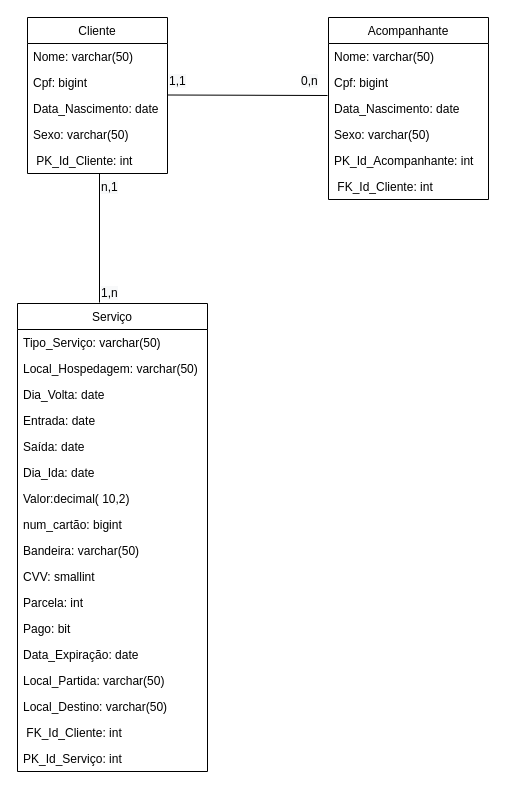
Earlier version of the draw.io diagram .Net/Agencia de viagens/Modelagem de dados/Modelagem de dados logico.drawio (Christian-M-Silva/Exercicios-Aprendiz-De-programacao). Source tidied: cells renumbered, new cells numbered last; positions are measured from the earlier drawing's top-left corner, leaving out a move shared by most shapes. Both pictures are drawn from the tidied source at 100%, with x=0, y=0 at pixel (17, 17).
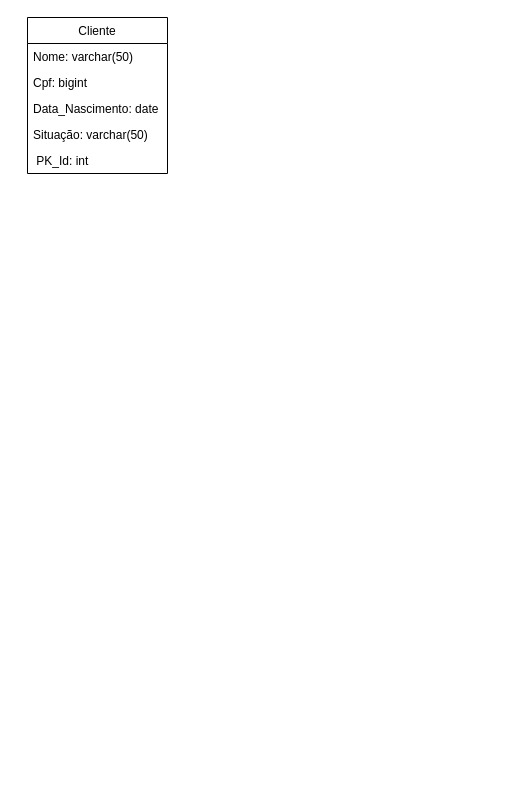
After the change.

The change refers to these unchanged cells:
```xml
<mxCell id="2" value="Cliente" style="swimlane;fontStyle=0;horizontal=1;startSize=26;fillColor=none;" parent="1" vertex="1">
  <mxGeometry x="10" width="140" height="156" as="geometry" />
</mxCell>
```

What changed in the source:
```diff
@@
-    <mxCell id="6" value="Sexo: varchar(50)" style="text;strokeColor=none;fillColor=none;align=left;verticalAlign=top;spacingLeft=4;spacingRight=4;overflow=hidden;" parent="2" vertex="1">
+    <mxCell id="6" value="Situação: varchar(50)" style="text;strokeColor=none;fillColor=none;align=left;verticalAlign=top;spacingLeft=4;spacingRight=4;overflow=hidden;" parent="2" vertex="1">
       <mxGeometry y="104" width="140" height="26" as="geometry" />
     </mxCell>
-    <mxCell id="7" value=" PK_Id_Cliente: int" style="text;strokeColor=none;fillColor=none;align=left;verticalAlign=top;spacingLeft=4;spacingRight=4;overflow=hidden;" parent="2" vertex="1">
+    <mxCell id="7" value=" PK_Id: int" style="text;strokeColor=none;fillColor=none;align=left;verticalAlign=top;spacingLeft=4;spacingRight=4;overflow=hidden;" parent="2" vertex="1">
       <mxGeometry y="130" width="140" height="26" as="geometry" />
     </mxCell>
-    <mxCell id="8" value="Acompanhante" style="swimlane;fontStyle=0;horizontal=1;startSize=26;fillColor=none;" parent="1" vertex="1">
-      <mxGeometry x="311" width="160" height="182" as="geometry" />
-    </mxCell>
-    <mxCell id="9" value="Nome: varchar(50)" style="text;strokeColor=none;fillColor=none;align=left;verticalAlign=top;spacingLeft=4;spacingRight=4;overflow=hidden;" parent="8" vertex="1">
-      <mxGeometry y="26" width="160" height="26" as="geometry" />
-    </mxCell>
-    <mxCell id="10" value="Cpf: bigint" style="text;strokeColor=none;fillColor=none;align=left;verticalAlign=top;spacingLeft=4;spacingRight=4;overflow=hidden;" parent="8" vertex="1">
-      <mxGeometry y="52" width="160" height="26" as="geometry" />
-    </mxCell>
-    <mxCell id="11" value="Data_Nascimento: date" style="text;strokeColor=none;fillColor=none;align=left;verticalAlign=top;spacingLeft=4;spacingRight=4;overflow=hidden;" parent="8" vertex="1">
-      <mxGeometry y="78" width="160" height="26" as="geometry" />
-    </mxCell>
-    <mxCell id="12" value="Sexo: varchar(50)" style="text;strokeColor=none;fillColor=none;align=left;verticalAlign=top;spacingLeft=4;spacingRight=4;overflow=hidden;" parent="8" vertex="1">
-      <mxGeometry y="104" width="160" height="26" as="geometry" />
-    </mxCell>
-    <mxCell id="13" value="PK_Id_Acompanhante: int" style="text;strokeColor=none;fillColor=none;align=left;verticalAlign=top;spacingLeft=4;spacingRight=4;overflow=hidden;" parent="8" vertex="1">
-      <mxGeometry y="130" width="160" height="26" as="geometry" />
-    </mxCell>
-    <mxCell id="14" value=" FK_Id_Cliente: int" style="text;strokeColor=none;fillColor=none;align=left;verticalAlign=top;spacingLeft=4;spacingRight=4;overflow=hidden;" parent="8" vertex="1">
-      <mxGeometry y="156" width="160" height="26" as="geometry" />
-    </mxCell>
-    <mxCell id="15" value="Serviço" style="swimlane;fontStyle=0;horizontal=1;startSize=26;fillColor=none;" parent="1" vertex="1">
-      <mxGeometry y="286" width="190" height="468" as="geometry" />
-    </mxCell>
-    <mxCell id="16" value="Tipo_Serviço: varchar(50)" style="text;strokeColor=none;fillColor=none;align=left;verticalAlign=top;spacingLeft=4;spacingRight=4;overflow=hidden;" parent="15" vertex="1">
-      <mxGeometry y="26" width="190" height="26" as="geometry" />
-    </mxCell>
-    <mxCell id="17" value="Local_Hospedagem: varchar(50)" style="text;strokeColor=none;fillColor=none;align=left;verticalAlign=top;spacingLeft=4;spacingRight=4;overflow=hidden;" parent="15" vertex="1">
-      <mxGeometry y="52" width="190" height="26" as="geometry" />
-    </mxCell>
-    <mxCell id="18" value="Dia_Volta: date" style="text;strokeColor=none;fillColor=none;align=left;verticalAlign=top;spacingLeft=4;spacingRight=4;overflow=hidden;" parent="15" vertex="1">
-      <mxGeometry y="78" width="190" height="26" as="geometry" />
-    </mxCell>
-    <mxCell id="19" value="Entrada: date" style="text;strokeColor=none;fillColor=none;align=left;verticalAlign=top;spacingLeft=4;spacingRight=4;overflow=hidden;" parent="15" vertex="1">
-      <mxGeometry y="104" width="190" height="26" as="geometry" />
-    </mxCell>
-    <mxCell id="20" value="Saída: date" style="text;strokeColor=none;fillColor=none;align=left;verticalAlign=top;spacingLeft=4;spacingRight=4;overflow=hidden;" parent="15" vertex="1">
-      <mxGeometry y="130" width="190" height="26" as="geometry" />
-    </mxCell>
-    <mxCell id="21" value="Dia_Ida: date" style="text;strokeColor=none;fillColor=none;align=left;verticalAlign=top;spacingLeft=4;spacingRight=4;overflow=hidden;" parent="15" vertex="1">
-      <mxGeometry y="156" width="190" height="26" as="geometry" />
-    </mxCell>
-    <mxCell id="22" value="Valor:decimal( 10,2) " style="text;strokeColor=none;fillColor=none;align=left;verticalAlign=top;spacingLeft=4;spacingRight=4;overflow=hidden;" parent="15" vertex="1">
-      <mxGeometry y="182" width="190" height="26" as="geometry" />
-    </mxCell>
-    <mxCell id="23" value="num_cartão: bigint" style="text;strokeColor=none;fillColor=none;align=left;verticalAlign=top;spacingLeft=4;spacingRight=4;overflow=hidden;" parent="15" vertex="1">
-      <mxGeometry y="208" width="190" height="26" as="geometry" />
-    </mxCell>
-    <mxCell id="24" value="Bandeira: varchar(50)" style="text;strokeColor=none;fillColor=none;align=left;verticalAlign=top;spacingLeft=4;spacingRight=4;overflow=hidden;" parent="15" vertex="1">
-      <mxGeometry y="234" width="190" height="26" as="geometry" />
-    </mxCell>
-    <mxCell id="25" value="CVV: smallint" style="text;strokeColor=none;fillColor=none;align=left;verticalAlign=top;spacingLeft=4;spacingRight=4;overflow=hidden;" parent="15" vertex="1">
-      <mxGeometry y="260" width="190" height="26" as="geometry" />
-    </mxCell>
-    <mxCell id="26" value="Parcela: int" style="text;strokeColor=none;fillColor=none;align=left;verticalAlign=top;spacingLeft=4;spacingRight=4;overflow=hidden;" parent="15" vertex="1">
-      <mxGeometry y="286" width="190" height="26" as="geometry" />
-    </mxCell>
-    <mxCell id="27" value="Pago: bit" style="text;strokeColor=none;fillColor=none;align=left;verticalAlign=top;spacingLeft=4;spacingRight=4;overflow=hidden;" parent="15" vertex="1">
-      <mxGeometry y="312" width="190" height="26" as="geometry" />
-    </mxCell>
-    <mxCell id="28" value="Data_Expiração: date" style="text;strokeColor=none;fillColor=none;align=left;verticalAlign=top;spacingLeft=4;spacingRight=4;overflow=hidden;" parent="15" vertex="1">
-      <mxGeometry y="338" width="190" height="26" as="geometry" />
-    </mxCell>
-    <mxCell id="29" value="Local_Partida: varchar(50)" style="text;strokeColor=none;fillColor=none;align=left;verticalAlign=top;spacingLeft=4;spacingRight=4;overflow=hidden;" parent="15" vertex="1">
-      <mxGeometry y="364" width="190" height="26" as="geometry" />
-    </mxCell>
-    <mxCell id="30" value="Local_Destino: varchar(50)" style="text;strokeColor=none;fillColor=none;align=left;verticalAlign=top;spacingLeft=4;spacingRight=4;overflow=hidden;" parent="15" vertex="1">
-      <mxGeometry y="390" width="190" height="26" as="geometry" />
-    </mxCell>
-    <mxCell id="31" value=" FK_Id_Cliente: int" style="text;strokeColor=none;fillColor=none;align=left;verticalAlign=top;spacingLeft=4;spacingRight=4;overflow=hidden;" parent="15" vertex="1">
-      <mxGeometry y="416" width="190" height="26" as="geometry" />
-    </mxCell>
-    <mxCell id="32" value="PK_Id_Serviço: int" style="text;strokeColor=none;fillColor=none;align=left;verticalAlign=top;spacingLeft=4;spacingRight=4;overflow=hidden;" parent="15" vertex="1">
-      <mxGeometry y="442" width="190" height="26" as="geometry" />
-    </mxCell>
-    <mxCell id="33" style="endArrow=none;html=1;rounded=0;" parent="1" edge="1">
-      <mxGeometry relative="1" as="geometry">
-        <mxPoint x="150" y="77.5" as="sourcePoint" />
-        <mxPoint x="310" y="78" as="targetPoint" />
-      </mxGeometry>
-    </mxCell>
-    <mxCell id="34" style="endArrow=none;html=1;rounded=0;entryX=0.514;entryY=1.077;entryDx=0;entryDy=0;entryPerimeter=0;exitX=0.45;exitY=-0.013;exitDx=0;exitDy=0;exitPerimeter=0;" parent="1" edge="1">
-      <mxGeometry relative="1" as="geometry">
-        <mxPoint x="82" y="285" as="sourcePoint" />
-        <mxPoint x="82" y="156" as="targetPoint" />
-      </mxGeometry>
-    </mxCell>
-    <mxCell id="35" value="&lt;span style=&quot;color: rgb(0, 0, 0); font-family: helvetica; font-size: 12px; font-style: normal; font-weight: 400; letter-spacing: normal; text-align: center; text-indent: 0px; text-transform: none; word-spacing: 0px; background-color: rgb(248, 249, 250); display: inline; float: none;&quot;&gt;0,n&lt;/span&gt;" style="text;whiteSpace=wrap;html=1;" parent="1" vertex="1">
-      <mxGeometry x="282" y="50" width="29" height="30" as="geometry" />
-    </mxCell>
-    <mxCell id="36" value="&lt;span style=&quot;color: rgb(0, 0, 0); font-family: helvetica; font-size: 12px; font-style: normal; font-weight: 400; letter-spacing: normal; text-align: center; text-indent: 0px; text-transform: none; word-spacing: 0px; background-color: rgb(248, 249, 250); display: inline; float: none;&quot;&gt;1,1&lt;/span&gt;" style="text;whiteSpace=wrap;html=1;" parent="1" vertex="1">
-      <mxGeometry x="150" y="50" width="20" height="30" as="geometry" />
-    </mxCell>
-    <mxCell id="37" value="&lt;span style=&quot;color: rgb(0, 0, 0); font-family: helvetica; font-size: 12px; font-style: normal; font-weight: 400; letter-spacing: normal; text-align: center; text-indent: 0px; text-transform: none; word-spacing: 0px; background-color: rgb(248, 249, 250); display: inline; float: none;&quot;&gt;n,1&lt;/span&gt;" style="text;whiteSpace=wrap;html=1;" parent="1" vertex="1">
-      <mxGeometry x="82" y="156" width="40" height="26" as="geometry" />
-    </mxCell>
-    <mxCell id="38" value="&lt;span style=&quot;color: rgb(0, 0, 0); font-family: helvetica; font-size: 12px; font-style: normal; font-weight: 400; letter-spacing: normal; text-align: center; text-indent: 0px; text-transform: none; word-spacing: 0px; background-color: rgb(248, 249, 250); display: inline; float: none;&quot;&gt;1,n&lt;/span&gt;" style="text;whiteSpace=wrap;html=1;" parent="1" vertex="1">
-      <mxGeometry x="82" y="262" width="40" height="24" as="geometry" />
-    </mxCell>
```
